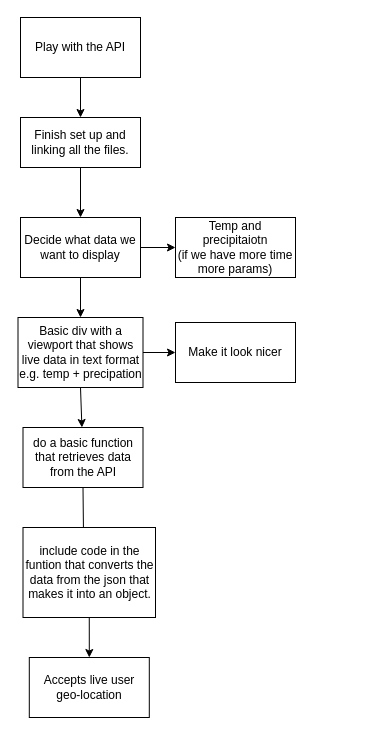
This is plan.drawio from SchoolOfCode/bc16-w3-d4-hackathon-fetch-team-2, a draw.io file, before an edit. Source tidied: cells renumbered, new cells numbered last; positions are measured from the earlier drawing's top-left corner, leaving out a move shared by most shapes. Both pictures are drawn from the tidied source at 100%, with x=0, y=0 at pixel (17, 17).
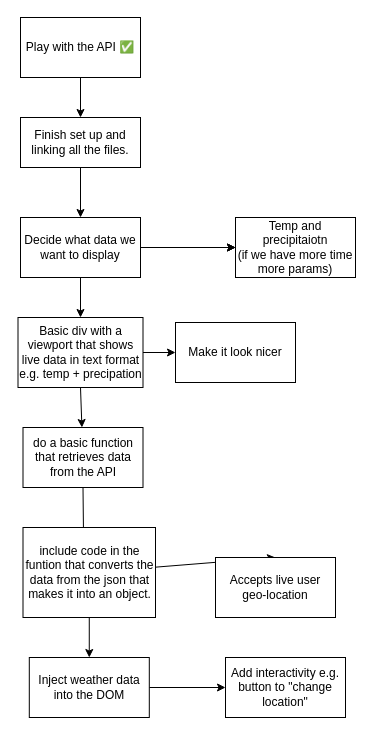
The same diagram, later.

Commit message:
plan complete

Unchanged cells that the change refers to:
```xml
<mxCell id="17" value="include code in the funtion that converts the data from the json that makes it into an object." style="whiteSpace=wrap;html=1;" parent="1" vertex="1">
  <mxGeometry x="5.5" y="510" width="132.5" height="90" as="geometry" />
</mxCell>
```

What changed in the source:
```diff
@@
-    <mxCell id="3" value="Play with the API" style="whiteSpace=wrap;html=1;" parent="1" vertex="1">
+    <mxCell id="3" value="Play with the API ✅" style="whiteSpace=wrap;html=1;" parent="1" vertex="1">
       <mxGeometry x="3" width="120" height="60" as="geometry" />
     </mxCell>
@@
     <mxCell id="7" value="Temp and precipitaiotn&lt;br&gt;(if we have more time more params)" style="whiteSpace=wrap;html=1;" parent="1" vertex="1">
-      <mxGeometry x="158" y="200" width="120" height="60" as="geometry" />
+      <mxGeometry x="218" y="200" width="120" height="60" as="geometry" />
     </mxCell>
@@
+    <mxCell id="19" style="edgeStyle=none;html=1;" parent="1" edge="1" source="17" target="21">
+      <mxGeometry relative="1" as="geometry" />
+    </mxCell>
@@
     <mxCell id="18" value="Accepts live user geo-location" style="whiteSpace=wrap;html=1;" parent="1" vertex="1">
-      <mxGeometry x="11.8" y="640" width="120" height="60" as="geometry" />
+      <mxGeometry x="198" y="540" width="120" height="60" as="geometry" />
     </mxCell>
+    <mxCell id="20" style="edgeStyle=none;html=1;exitX=1;exitY=0.5;exitDx=0;exitDy=0;" parent="1" edge="1" source="21" target="22">
+      <mxGeometry relative="1" as="geometry" />
+    </mxCell>
+    <mxCell id="21" value="Inject weather data into the DOM" style="whiteSpace=wrap;html=1;" parent="1" vertex="1">
+      <mxGeometry x="11.8" y="640" width="120" height="60" as="geometry" />
+    </mxCell>
+    <mxCell id="22" value="Add interactivity e.g. button to &quot;change location&quot;" style="whiteSpace=wrap;html=1;" parent="1" vertex="1">
+      <mxGeometry x="208" y="640" width="120" height="60" as="geometry" />
+    </mxCell>
+    <mxCell id="23" style="edgeStyle=none;orthogonalLoop=1;jettySize=auto;html=1;" parent="1" edge="1">
+      <mxGeometry relative="1" as="geometry">
+        <mxPoint x="138" y="230" as="sourcePoint" />
+        <mxPoint x="218" y="230" as="targetPoint" />
+      </mxGeometry>
+    </mxCell>
+    <mxCell id="24" style="edgeStyle=none;orthogonalLoop=1;jettySize=auto;html=1;" parent="1" edge="1">
+      <mxGeometry relative="1" as="geometry">
+        <mxPoint x="138" y="230" as="sourcePoint" />
+        <mxPoint x="218" y="230" as="targetPoint" />
+      </mxGeometry>
+    </mxCell>
```
